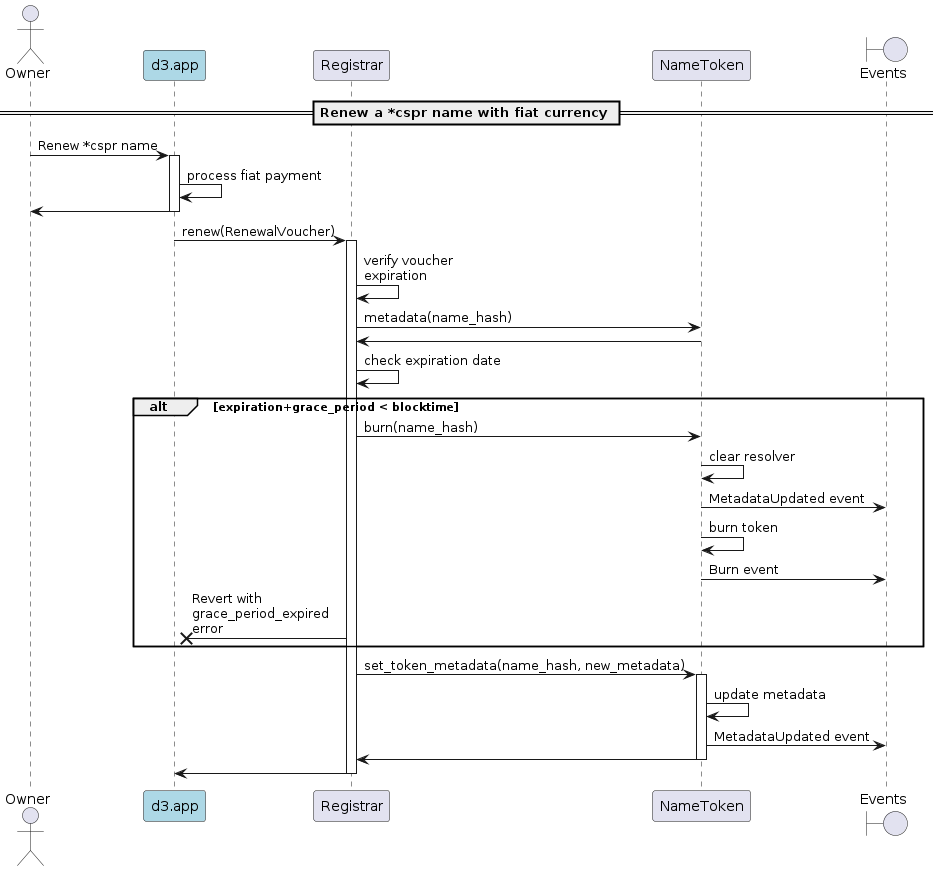
This is docs/sequence-diagrams/puml/offchain-renewal.png from make-software/cspr-name-contracts, a PlantUML export, as it was before one commit.
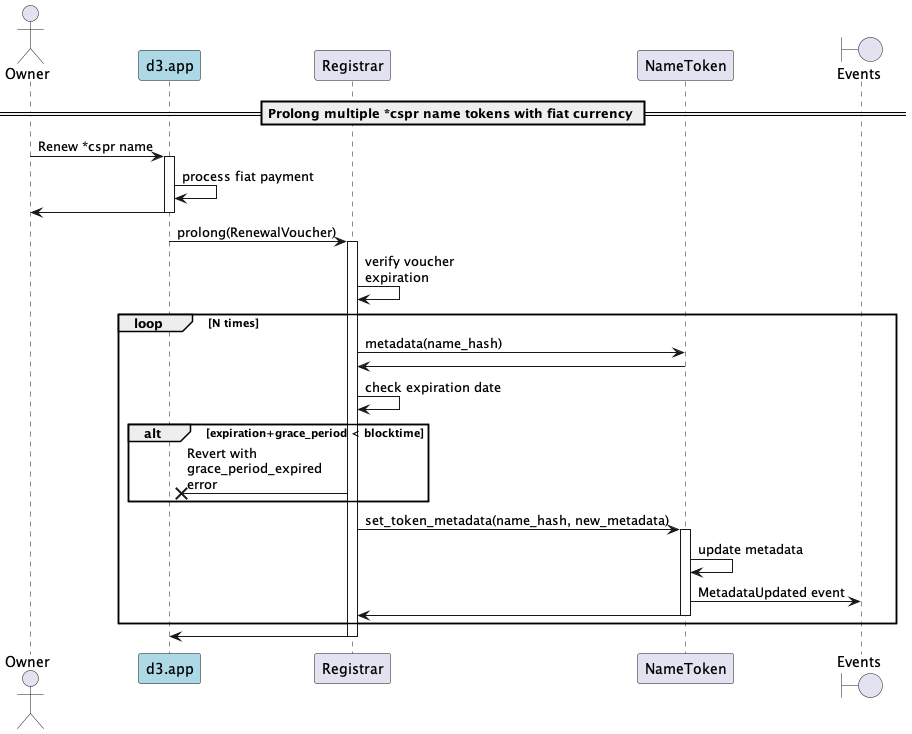
After the change.

Commit message:
Changes to renew cspr name: - changed single token renewal flow to multiple token renewal flow - removed burn action when renewal grace period has elapsed.

The edit, as a diff of the source:
```diff
@@ -6,7 +6,7 @@
 participant "NameToken"
 boundary "Events"
 
-== Renew a *cspr name with fiat currency ==
+== Prolong multiple *cspr name tokens with fiat currency ==
 
 Owner -> d3: Renew *cspr name
 activate d3
@@ -14,26 +14,23 @@
 d3 -> Owner
 deactivate d3
 
-d3 -> Registrar: renew(RenewalVoucher)
+d3 -> Registrar: prolong(RenewalVoucher)
 activate Registrar
 Registrar -> Registrar: verify voucher\nexpiration
-Registrar -> NameToken: metadata(name_hash)
-NameToken -> Registrar
-Registrar -> Registrar: check expiration date
-alt expiration+grace_period < blocktime
-    Registrar -> NameToken: burn(name_hash)
-    NameToken -> NameToken: clear resolver
+    loop N times
+    Registrar -> NameToken: metadata(name_hash)
+    NameToken -> Registrar
+    Registrar -> Registrar: check expiration date
+    alt expiration+grace_period < blocktime
+        Registrar ->x d3: Revert with\ngrace_period_expired\nerror
+    end
+    Registrar -> NameToken: set_token_metadata(name_hash, new_metadata)
+    activate NameToken
+    NameToken -> NameToken: update metadata
     NameToken -> "Events": MetadataUpdated event
-    NameToken -> NameToken: burn token
-    NameToken -> "Events": Burn event
-    Registrar ->x d3: Revert with\ngrace_period_expired\nerror
-end
-Registrar -> NameToken: set_token_metadata(name_hash, new_metadata)
-activate NameToken
-NameToken -> NameToken: update metadata
-NameToken -> "Events": MetadataUpdated event
-NameToken -> Registrar
-deactivate NameToken
+    NameToken -> Registrar
+    deactivate NameToken
+    end loop
 Registrar -> d3
 deactivate Registrar
 deactivate d3
```
